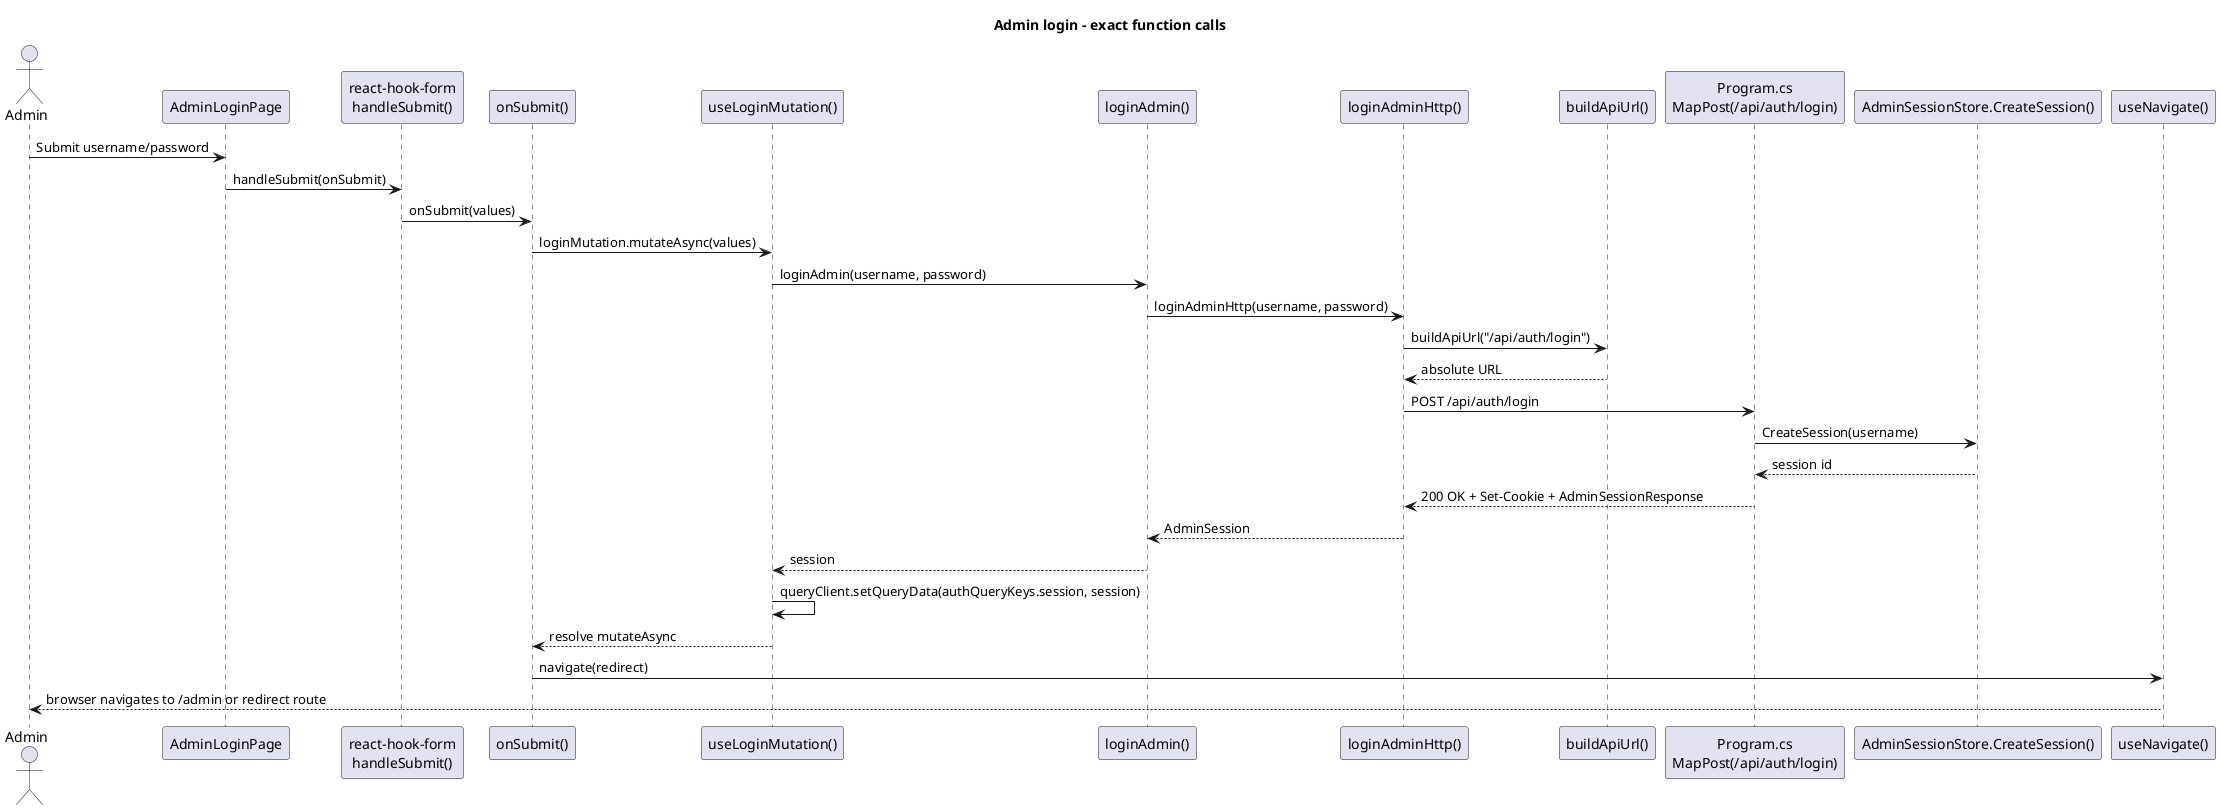
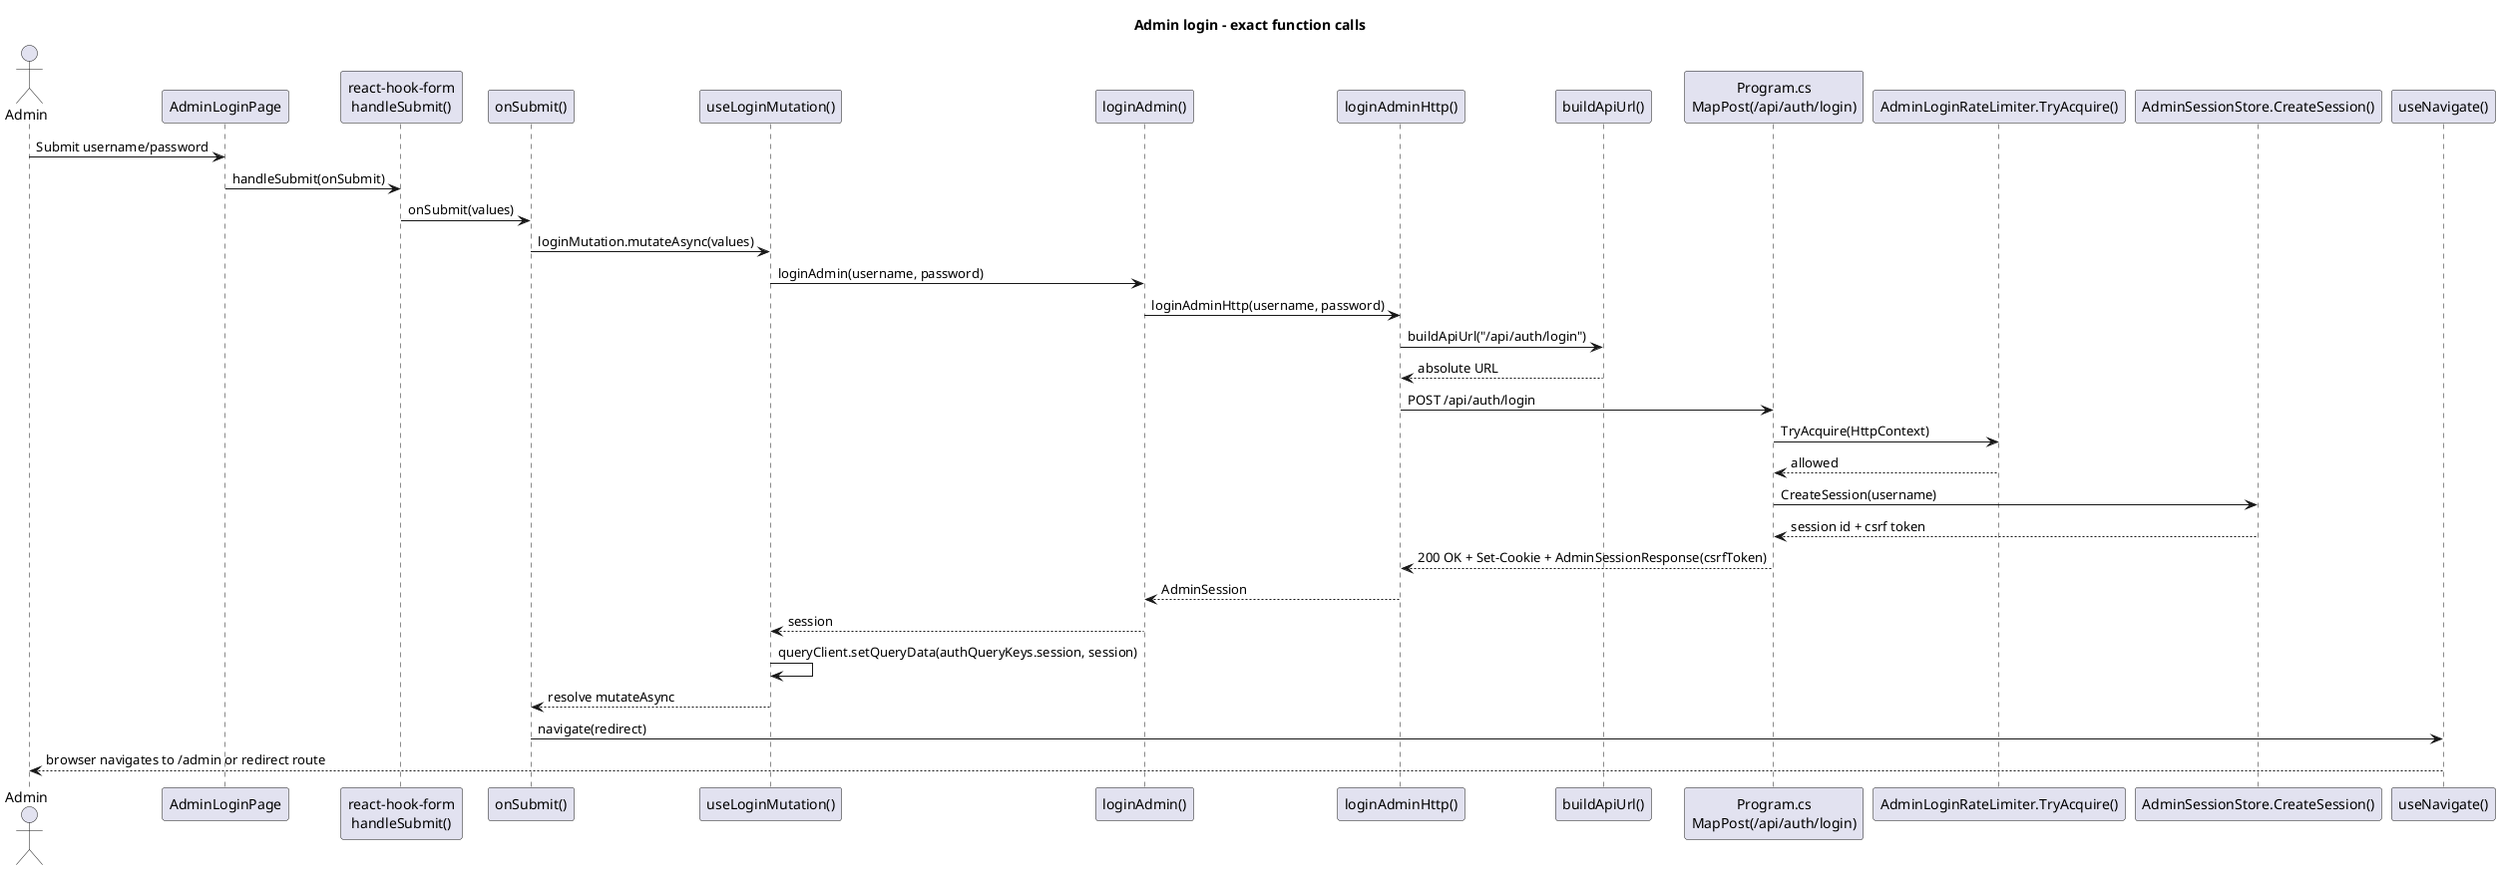
@startuml
title Admin login - exact function calls

actor Admin
participant "AdminLoginPage" as LoginPage
participant "react-hook-form\nhandleSubmit()" as HandleSubmit
participant "onSubmit()" as OnSubmit
participant "useLoginMutation()" as UseLoginMutation
participant "loginAdmin()" as LoginAdminFacade
participant "loginAdminHttp()" as LoginAdminHttp
participant "buildApiUrl()" as BuildApiUrl
participant "Program.cs\nMapPost(/api/auth/login)" as LoginEndpoint
+ participant "AdminLoginRateLimiter.TryAcquire()" as LoginRateLimiter
participant "AdminSessionStore.CreateSession()" as CreateSession
participant "useNavigate()" as Navigate

Admin -> LoginPage : Submit username/password
LoginPage -> HandleSubmit : handleSubmit(onSubmit)
HandleSubmit -> OnSubmit : onSubmit(values)
OnSubmit -> UseLoginMutation : loginMutation.mutateAsync(values)
UseLoginMutation -> LoginAdminFacade : loginAdmin(username, password)
LoginAdminFacade -> LoginAdminHttp : loginAdminHttp(username, password)
LoginAdminHttp -> BuildApiUrl : buildApiUrl("/api/auth/login")
BuildApiUrl --> LoginAdminHttp : absolute URL
LoginAdminHttp -> LoginEndpoint : POST /api/auth/login
+ LoginEndpoint -> LoginRateLimiter : TryAcquire(HttpContext)
+ LoginRateLimiter --> LoginEndpoint : allowed
LoginEndpoint -> CreateSession : CreateSession(username)
- CreateSession --> LoginEndpoint : session id
- LoginEndpoint --> LoginAdminHttp : 200 OK + Set-Cookie + AdminSessionResponse
+ CreateSession --> LoginEndpoint : session id + csrf token
+ LoginEndpoint --> LoginAdminHttp : 200 OK + Set-Cookie + AdminSessionResponse(csrfToken)
LoginAdminHttp --> LoginAdminFacade : AdminSession
LoginAdminFacade --> UseLoginMutation : session
UseLoginMutation -> UseLoginMutation : queryClient.setQueryData(authQueryKeys.session, session)
UseLoginMutation --> OnSubmit : resolve mutateAsync
OnSubmit -> Navigate : navigate(redirect)
Navigate --> Admin : browser navigates to /admin or redirect route

@enduml
